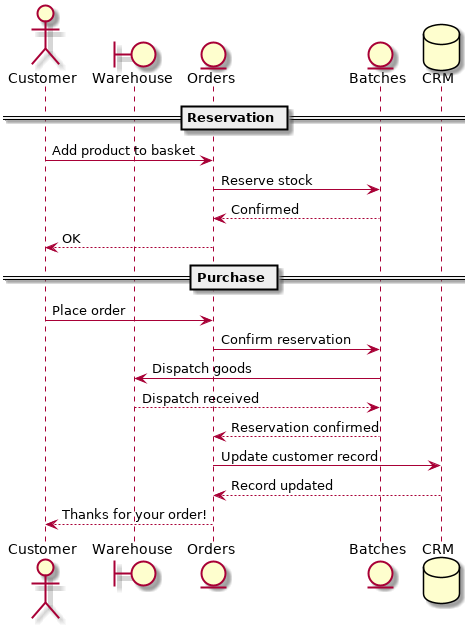
Before: images/command_flow_diagram_1.png, a diagram exported from PlantUML (cosmicpython/book). Source of this version:
```plantuml
@startuml

actor Customer
boundary Warehouse
entity Orders
entity Batches
database CRM


== Reservation ==

  Customer -> Orders: Add product to basket
  Orders -> Batches: Reserve stock
  Batches --> Orders: Confirmed
  Orders --> Customer: OK

== Purchase ==

  Customer -> Orders: Place order
  Orders -> Batches: Confirm reservation
  Batches -> Warehouse: Dispatch goods
  Warehouse --> Batches: Dispatch received
  Batches --> Orders: Reservation confirmed
  Orders -> CRM: Update customer record
  CRM --> Orders: Record updated
  Orders --> Customer: Thanks for your order!


@enduml
```
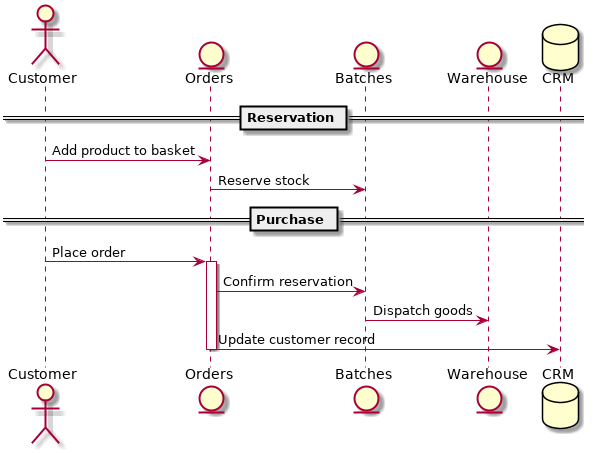
Later version of the same file.

What changed in the source:
```diff
@@ -1,9 +1,9 @@
 @startuml
 
 actor Customer
-boundary Warehouse
 entity Orders
 entity Batches
+entity Warehouse
 database CRM
 
 
@@ -11,19 +11,15 @@
 
   Customer -> Orders: Add product to basket
   Orders -> Batches: Reserve stock
-  Batches --> Orders: Confirmed
-  Orders --> Customer: OK
 
 == Purchase ==
 
   Customer -> Orders: Place order
+  activate Orders
   Orders -> Batches: Confirm reservation
   Batches -> Warehouse: Dispatch goods
-  Warehouse --> Batches: Dispatch received
-  Batches --> Orders: Reservation confirmed
   Orders -> CRM: Update customer record
-  CRM --> Orders: Record updated
-  Orders --> Customer: Thanks for your order!
+  deactivate Orders
 
 
 @enduml
```
